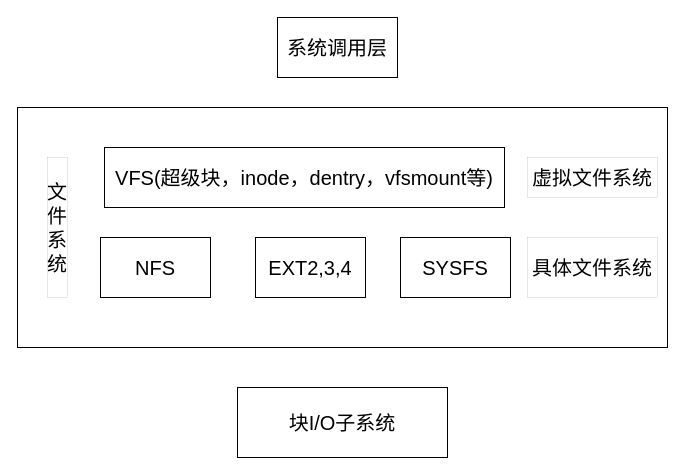
This is Linux文件系统.drawio from CGSkill/DrawIo, a draw.io file, before an edit. Source tidied: cells renumbered, new cells numbered last; positions are measured from the earlier drawing's top-left corner, leaving out a move shared by most shapes. Both pictures are drawn from the tidied source at 100%, with x=0, y=0 at pixel (17, 17).
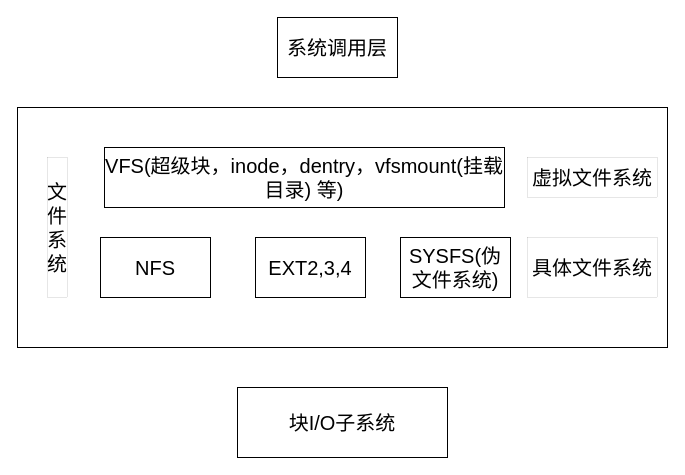
After the change.

Commit message:
更新Linux文件系统.drawio

Change to the diagram source:
```diff
@@
 <mxGraphModel>
   <root>
     <mxCell id="0" />
     <mxCell id="1" parent="0" />
     <mxCell id="2" value="系统调用层" style="rounded=0;whiteSpace=wrap;html=1;fontSize=20;" parent="1" vertex="1">
       <mxGeometry x="260" width="120" height="60" as="geometry" />
     </mxCell>
     <mxCell id="3" style="rounded=0;whiteSpace=wrap;html=1;fontSize=20;" parent="1" vertex="1">
       <mxGeometry y="90" width="650" height="240" as="geometry" />
     </mxCell>
     <mxCell id="4" value="文件系统" style="rounded=0;whiteSpace=wrap;html=1;rotation=0;fillColor=default;strokeWidth=0;fontSize=20;" parent="1" vertex="1">
       <mxGeometry x="30" y="140" width="20" height="140" as="geometry" />
     </mxCell>
-    <mxCell id="5" value="VFS(超级块，inode，dentry，vfsmount等)" style="rounded=0;whiteSpace=wrap;html=1;fontSize=20;" parent="1" vertex="1">
+    <mxCell id="5" value="VFS(超级块，inode，dentry，vfsmount(挂载目录) 等)" style="rounded=0;whiteSpace=wrap;html=1;fontSize=20;" parent="1" vertex="1">
       <mxGeometry x="87" y="130" width="400" height="60" as="geometry" />
     </mxCell>
     <mxCell id="6" value="NFS" style="rounded=0;whiteSpace=wrap;html=1;fontSize=20;" parent="1" vertex="1">
       <mxGeometry x="83" y="220" width="110" height="60" as="geometry" />
     </mxCell>
     <mxCell id="7" value="EXT2,3,4" style="rounded=0;whiteSpace=wrap;html=1;fontSize=20;" parent="1" vertex="1">
       <mxGeometry x="238" y="220" width="110" height="60" as="geometry" />
     </mxCell>
-    <mxCell id="8" value="SYSFS" style="rounded=0;whiteSpace=wrap;html=1;fontSize=20;" parent="1" vertex="1">
+    <mxCell id="8" value="SYSFS(伪文件系统)" style="rounded=0;whiteSpace=wrap;html=1;fontSize=20;" parent="1" vertex="1">
       <mxGeometry x="383" y="220" width="110" height="60" as="geometry" />
     </mxCell>
     <mxCell id="9" value="虚拟文件系统" style="rounded=0;whiteSpace=wrap;html=1;rotation=0;fillColor=default;strokeWidth=0;fontSize=20;" parent="1" vertex="1">
       <mxGeometry x="510" y="140" width="130" height="40" as="geometry" />
     </mxCell>
     <mxCell id="10" value="具体文件系统" style="rounded=0;whiteSpace=wrap;html=1;rotation=0;fillColor=default;strokeWidth=0;fontSize=20;" parent="1" vertex="1">
       <mxGeometry x="510" y="220" width="130" height="60" as="geometry" />
     </mxCell>
     <mxCell id="11" value="块I/O子系统" style="rounded=0;whiteSpace=wrap;html=1;fontSize=20;" parent="1" vertex="1">
       <mxGeometry x="220" y="370" width="210" height="70" as="geometry" />
     </mxCell>
   </root>
 </mxGraphModel>
```
